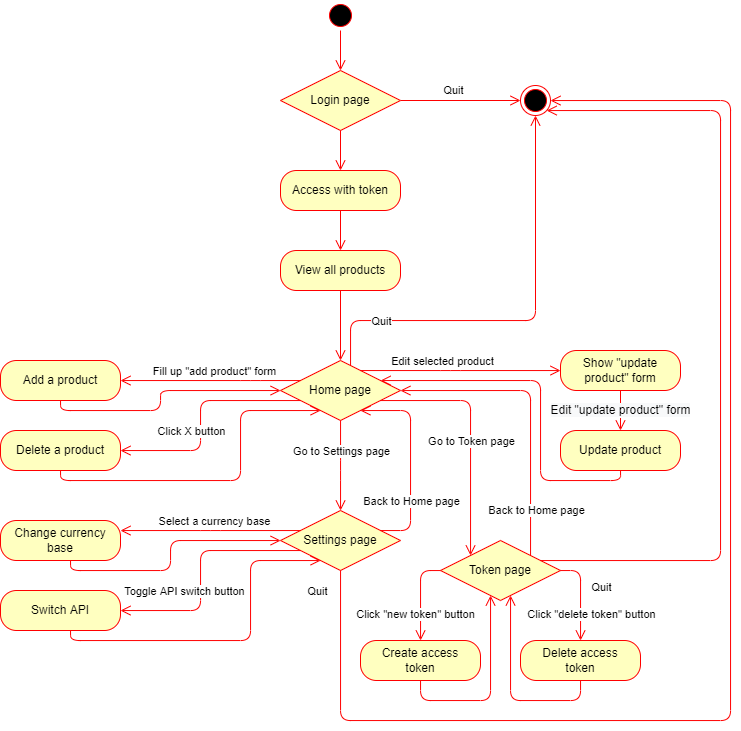
Before: $diagrams/activityDiagram.png, a diagram exported from draw.io (jinyaoMa/product-currency-helper). Source tidied: cells renumbered, new cells last; positions are measured from the earlier drawing's top-left corner, leaving out a move shared by most shapes.
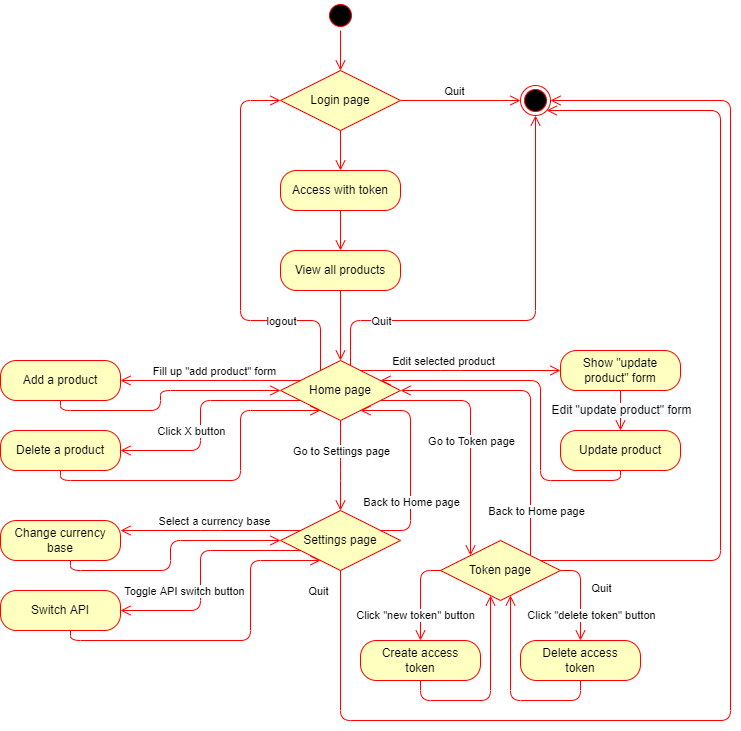
After the change.

Change to the diagram source:
```diff
@@ -318,5 +318,19 @@
         <mxPoint x="-353" y="-132" as="offset" />
       </mxGeometry>
     </mxCell>
+    <mxCell id="61" style="edgeStyle=orthogonalEdgeStyle;html=1;verticalAlign=bottom;endArrow=open;endSize=8;strokeColor=#ff0000;entryX=0;entryY=0.5;entryDx=0;entryDy=0;" parent="1" edge="1" source="11" target="27">
+      <mxGeometry relative="1" as="geometry">
+        <Array as="points">
+          <mxPoint x="320" y="320" />
+          <mxPoint x="240" y="320" />
+          <mxPoint x="240" y="100" />
+        </Array>
+      </mxGeometry>
+    </mxCell>
+    <mxCell id="62" value="logout" style="edgeLabel;html=1;align=center;verticalAlign=middle;" parent="61" vertex="1">
+      <mxGeometry x="-0.28" y="-2" relative="1" as="geometry">
+        <mxPoint x="38" y="10" as="offset" />
+      </mxGeometry>
+    </mxCell>
   </root>
 </mxGraphModel>
```
